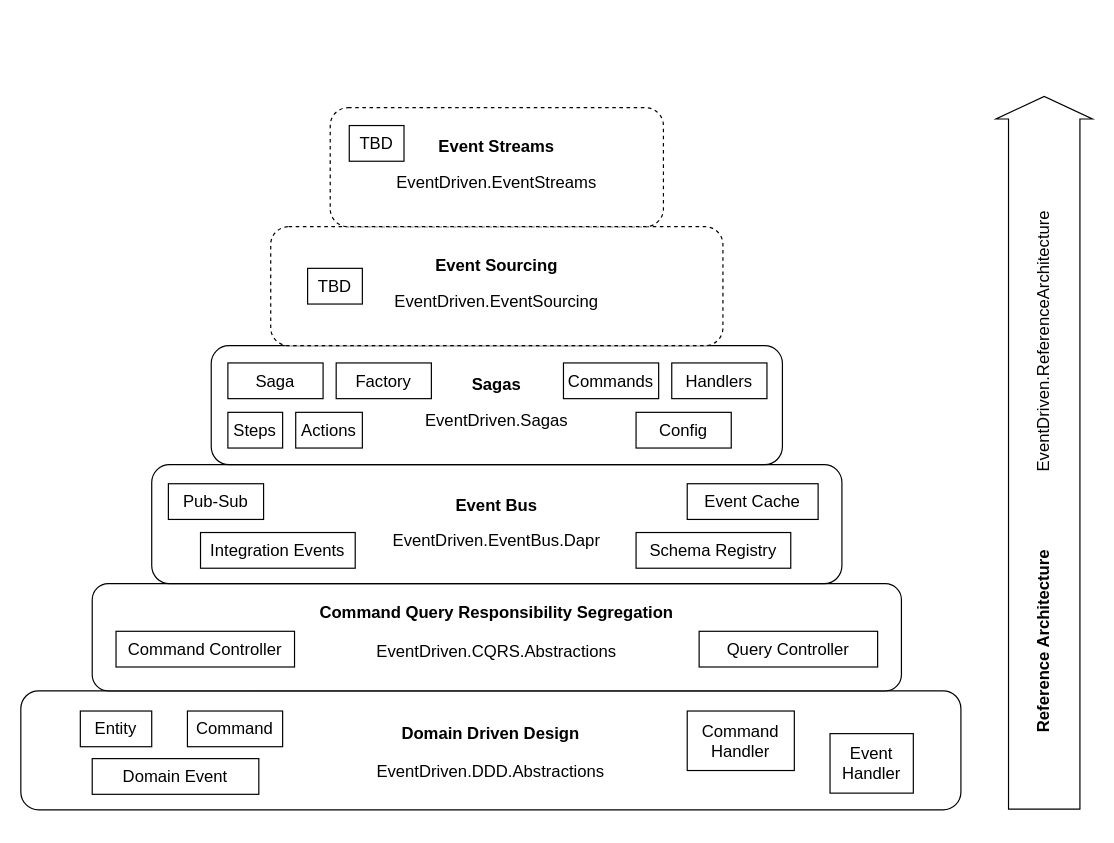
event-driven-dotnet/Home keeps this draw.io diagram as images/event-driven-layers.drawio. Above is the earlier version. Source tidied: cells renumbered, new cells numbered last; positions are measured from the earlier drawing's top-left corner, leaving out a move shared by most shapes. Both pictures are drawn from the tidied source at 119%, with x=0, y=0 at pixel (20, 95).
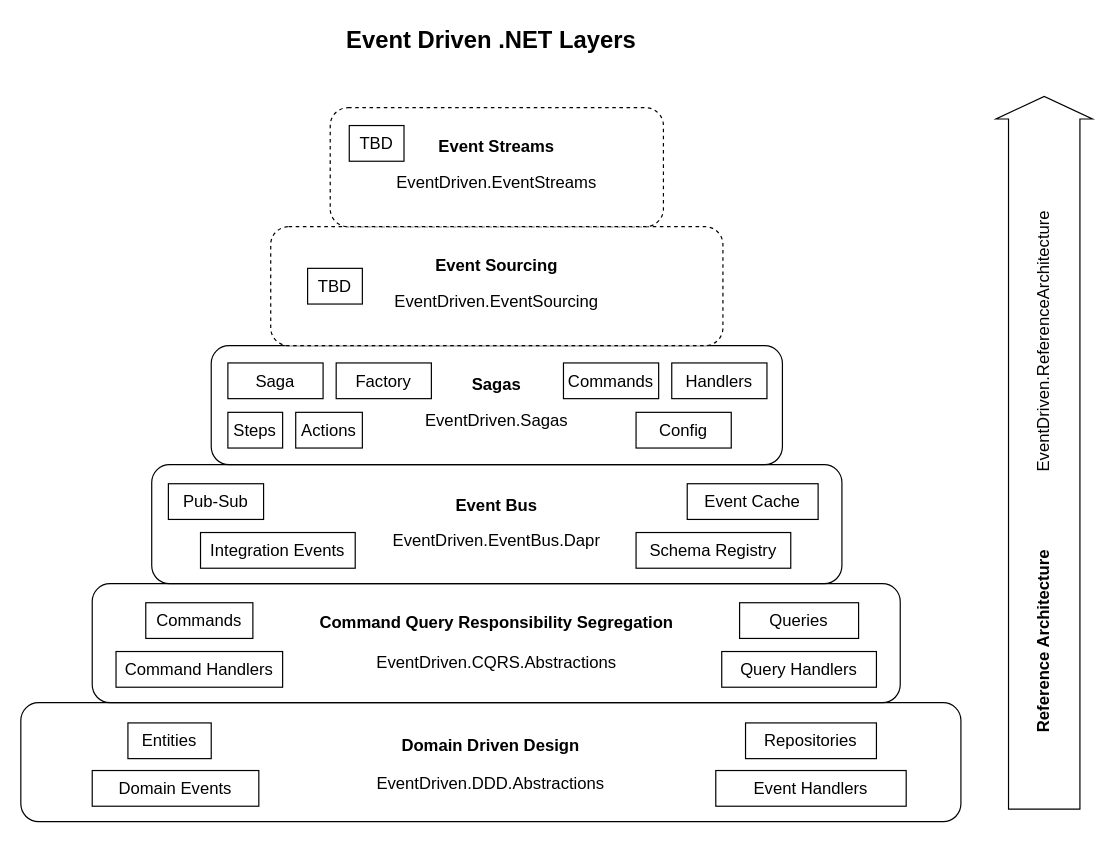
The same page after the edit.

Change to the diagram source:
```diff
@@
     <mxCell id="2" style="rounded=1;whiteSpace=wrap;html=1;" parent="1" vertex="1">
-      <mxGeometry y="500" width="790" height="100" as="geometry" />
+      <mxGeometry y="510" width="790" height="100" as="geometry" />
     </mxCell>
     <mxCell id="3" value="Domain Driven Design" style="text;html=1;strokeColor=none;fillColor=none;align=center;verticalAlign=middle;whiteSpace=wrap;rounded=0;fontSize=14;fontStyle=1;fontColor=#000000;" parent="1" vertex="1">
-      <mxGeometry y="521" width="790" height="30" as="geometry" />
+      <mxGeometry y="531" width="790" height="30" as="geometry" />
     </mxCell>
     <mxCell id="4" value="EventDriven.DDD.Abstractions" style="text;html=1;strokeColor=none;fillColor=none;align=center;verticalAlign=middle;whiteSpace=wrap;rounded=0;fontSize=14;fontStyle=0;fontColor=#000000;" parent="1" vertex="1">
-      <mxGeometry y="553" width="790" height="30" as="geometry" />
+      <mxGeometry y="563" width="790" height="30" as="geometry" />
     </mxCell>
-    <mxCell id="5" value="Entity" style="rounded=0;whiteSpace=wrap;html=1;fontSize=14;" parent="1" vertex="1">
-      <mxGeometry x="50" y="517" width="60" height="30" as="geometry" />
+    <mxCell id="5" value="Entities" style="rounded=0;whiteSpace=wrap;html=1;fontSize=14;" parent="1" vertex="1">
+      <mxGeometry x="90" y="527" width="70" height="30" as="geometry" />
     </mxCell>
-    <mxCell id="6" value="Command" style="rounded=0;whiteSpace=wrap;html=1;fontSize=14;" parent="1" vertex="1">
-      <mxGeometry x="140" y="517" width="80" height="30" as="geometry" />
-    </mxCell>
-    <mxCell id="7" value="Domain Event" style="rounded=0;whiteSpace=wrap;html=1;fontSize=14;" parent="1" vertex="1">
-      <mxGeometry x="60" y="557" width="140" height="30" as="geometry" />
+    <mxCell id="7" value="Domain Events" style="rounded=0;whiteSpace=wrap;html=1;fontSize=14;" parent="1" vertex="1">
+      <mxGeometry x="60" y="567" width="140" height="30" as="geometry" />
     </mxCell>
-    <mxCell id="8" value="Command&lt;br&gt;Handler" style="rounded=0;whiteSpace=wrap;html=1;fontSize=14;" parent="1" vertex="1">
-      <mxGeometry x="560" y="517" width="90" height="50" as="geometry" />
+    <mxCell id="8" value="Repositories" style="rounded=0;whiteSpace=wrap;html=1;fontSize=14;" parent="1" vertex="1">
+      <mxGeometry x="609" y="527" width="110" height="30" as="geometry" />
     </mxCell>
-    <mxCell id="9" value="Event&lt;br&gt;Handler" style="rounded=0;whiteSpace=wrap;html=1;fontSize=14;" parent="1" vertex="1">
-      <mxGeometry x="680" y="536" width="70" height="50" as="geometry" />
+    <mxCell id="9" value="Event Handlers" style="rounded=0;whiteSpace=wrap;html=1;fontSize=14;" parent="1" vertex="1">
+      <mxGeometry x="584" y="567" width="160" height="30" as="geometry" />
     </mxCell>
     <mxCell id="10" style="rounded=1;whiteSpace=wrap;html=1;" parent="1" vertex="1">
-      <mxGeometry x="60" y="410" width="680" height="90" as="geometry" />
+      <mxGeometry x="60" y="410" width="679" height="100" as="geometry" />
     </mxCell>
     <mxCell id="11" value="Command Query Responsibility Segregation" style="text;html=1;strokeColor=none;fillColor=none;align=center;verticalAlign=middle;whiteSpace=wrap;rounded=0;fontSize=14;fontStyle=1;fontColor=#000000;" parent="1" vertex="1">
-      <mxGeometry x="60" y="419" width="680" height="30" as="geometry" />
+      <mxGeometry x="60" y="428" width="680" height="30" as="geometry" />
     </mxCell>
@@
-    <mxCell id="15" value="Command Controller" style="rounded=0;whiteSpace=wrap;html=1;fontSize=14;" parent="1" vertex="1">
-      <mxGeometry x="80" y="450" width="150" height="30" as="geometry" />
-    </mxCell>
-    <mxCell id="16" value="Query Controller" style="rounded=0;whiteSpace=wrap;html=1;fontSize=14;" parent="1" vertex="1">
-      <mxGeometry x="570" y="450" width="150" height="30" as="geometry" />
-    </mxCell>
@@
     <mxCell id="42" value="EventDriven.CQRS.Abstractions" style="text;html=1;strokeColor=none;fillColor=none;align=center;verticalAlign=middle;whiteSpace=wrap;rounded=0;fontSize=14;fontStyle=0;fontColor=#000000;" parent="1" vertex="1">
-      <mxGeometry x="60" y="452" width="680" height="30" as="geometry" />
+      <mxGeometry x="60" y="461" width="680" height="30" as="geometry" />
     </mxCell>
+    <mxCell id="43" value="Commands" style="rounded=0;whiteSpace=wrap;html=1;fontSize=14;" parent="1" vertex="1">
+      <mxGeometry x="105" y="426" width="90" height="30" as="geometry" />
+    </mxCell>
+    <mxCell id="44" value="Queries" style="rounded=0;whiteSpace=wrap;html=1;fontSize=14;" parent="1" vertex="1">
+      <mxGeometry x="604" y="426" width="100" height="30" as="geometry" />
+    </mxCell>
+    <mxCell id="45" value="Query Handlers" style="rounded=0;whiteSpace=wrap;html=1;fontSize=14;" parent="1" vertex="1">
+      <mxGeometry x="589" y="467" width="130" height="30" as="geometry" />
+    </mxCell>
+    <mxCell id="46" value="Command Handlers" style="rounded=0;whiteSpace=wrap;html=1;fontSize=14;" parent="1" vertex="1">
+      <mxGeometry x="80" y="467" width="140" height="30" as="geometry" />
+    </mxCell>
+    <mxCell id="47" value="&lt;b&gt;&lt;font style=&quot;font-size: 20px&quot;&gt;Event Driven .NET Layers&lt;/font&gt;&lt;/b&gt;" style="text;html=1;strokeColor=none;fillColor=none;align=center;verticalAlign=middle;whiteSpace=wrap;rounded=0;" parent="1" vertex="1">
+      <mxGeometry x="1" y="-63" width="789" height="30" as="geometry" />
+    </mxCell>
```
